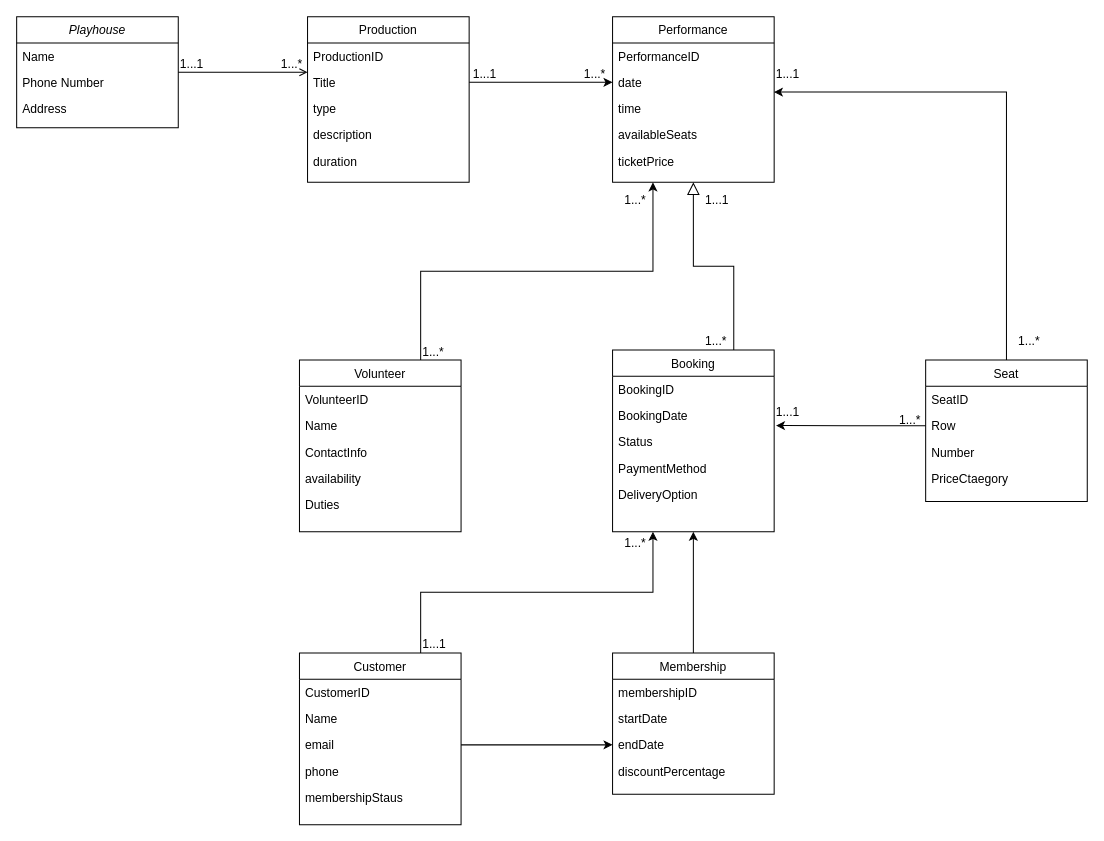
Before: Untitled Diagram.drawio in iamheetp/ecomstore, a draw.io diagram. Source tidied: cells renumbered, new cells numbered last; positions are measured from the earlier drawing's top-left corner, leaving out a move shared by most shapes. Both pictures are drawn from the tidied source at 101%, with x=0, y=0 at pixel (16, 16).
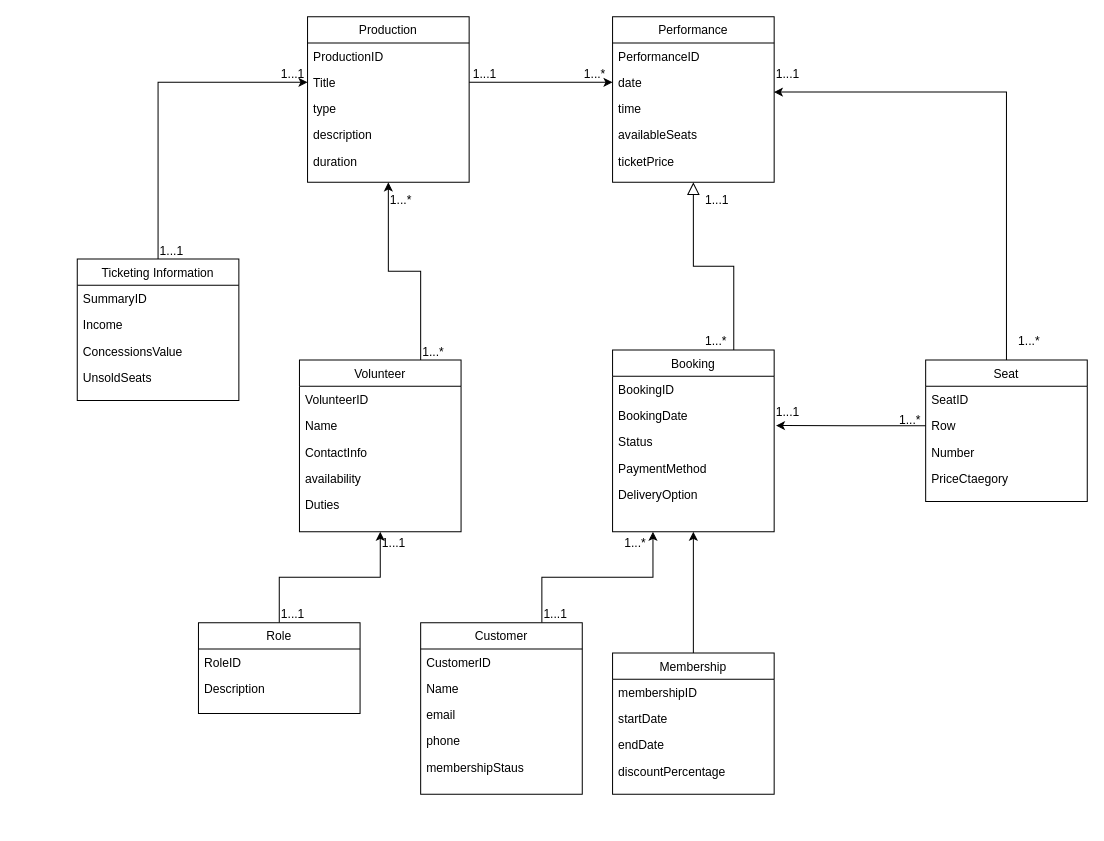
Above is the later version.

The change refers to these unchanged cells:
```xml
<mxCell id="7" value="Volunteer" style="swimlane;fontStyle=0;align=center;verticalAlign=top;horizontal=1;startSize=26;rounded=0;shadow=0;strokeWidth=1;" parent="1" vertex="1">
  <mxGeometry x="280" y="340" width="160" height="170" as="geometry" />
</mxCell>
<mxCell id="20" value="Production" style="swimlane;fontStyle=0;align=center;verticalAlign=top;horizontal=1;startSize=26;rounded=0;shadow=0;strokeWidth=1;" parent="1" vertex="1">
  <mxGeometry x="288" width="160" height="164" as="geometry" />
</mxCell>
<mxCell id="22" value="Title" style="text;align=left;verticalAlign=top;spacingLeft=4;spacingRight=4;overflow=hidden;points=[[0,0.5],[1,0.5]];portConstraint=eastwest;rounded=0;shadow=0;html=0;" parent="20" vertex="1">
  <mxGeometry y="52" width="160" height="26" as="geometry" />
</mxCell>
<mxCell id="28" value="Performance" style="swimlane;fontStyle=0;align=center;verticalAlign=top;horizontal=1;startSize=26;rounded=0;shadow=0;strokeWidth=1;" parent="1" vertex="1">
  <mxGeometry x="590" width="160" height="164" as="geometry" />
</mxCell>
<mxCell id="38" value="email" style="text;align=left;verticalAlign=top;spacingLeft=4;spacingRight=4;overflow=hidden;points=[[0,0.5],[1,0.5]];portConstraint=eastwest;rounded=0;shadow=0;html=0;" parent="35" vertex="1">
  <mxGeometry y="78" width="160" height="26" as="geometry" />
</mxCell>
<mxCell id="45" value="endDate" style="text;align=left;verticalAlign=top;spacingLeft=4;spacingRight=4;overflow=hidden;points=[[0,0.5],[1,0.5]];portConstraint=eastwest;rounded=0;shadow=0;html=0;" parent="42" vertex="1">
  <mxGeometry y="78" width="160" height="26" as="geometry" />
</mxCell>
```

Diff of the diagram source:
```diff
@@
-    <mxCell id="2" value="Playhouse" style="swimlane;fontStyle=2;align=center;verticalAlign=top;horizontal=1;startSize=26;rounded=0;shadow=0;strokeWidth=1;" parent="1" vertex="1">
-      <mxGeometry width="160" height="110" as="geometry" />
-    </mxCell>
-    <mxCell id="3" value="Name" style="text;align=left;verticalAlign=top;spacingLeft=4;spacingRight=4;overflow=hidden;" parent="2" vertex="1">
-      <mxGeometry y="26" width="160" height="26" as="geometry" />
-    </mxCell>
-    <mxCell id="4" value="Phone Number" style="text;align=left;verticalAlign=top;spacingLeft=4;spacingRight=4;overflow=hidden;rounded=0;shadow=0;html=0;" parent="2" vertex="1">
-      <mxGeometry y="52" width="160" height="26" as="geometry" />
-    </mxCell>
-    <mxCell id="5" value="Address" style="text;align=left;verticalAlign=top;spacingLeft=4;spacingRight=4;overflow=hidden;rounded=0;shadow=0;html=0;" parent="2" vertex="1">
-      <mxGeometry y="78" width="160" height="26" as="geometry" />
-    </mxCell>
-    <mxCell id="6" style="edgeStyle=orthogonalEdgeStyle;rounded=0;jettySize=auto;html=1;exitX=0.75;exitY=0;exitDx=0;exitDy=0;entryX=0.25;entryY=1;entryDx=0;entryDy=0;" parent="1" edge="1" source="7" target="28">
+    <mxCell id="6" style="edgeStyle=orthogonalEdgeStyle;rounded=0;jettySize=auto;html=1;exitX=0.75;exitY=0;exitDx=0;exitDy=0;entryX=0.5;entryY=1;entryDx=0;entryDy=0;" parent="1" edge="1" source="7" target="20">
       <mxGeometry relative="1" as="geometry" />
     </mxCell>
@@
-    <mxCell id="26" style="endArrow=open;shadow=0;strokeWidth=1;rounded=0;curved=0;endFill=1;edgeStyle=elbowEdgeStyle;elbow=vertical;" parent="1" edge="1" source="2" target="20">
-      <mxGeometry x="0.5" y="41" relative="1" as="geometry">
-        <mxPoint x="-40" y="32" as="offset" />
-      </mxGeometry>
-    </mxCell>
-    <mxCell id="27" value="1...1" style="align=left;verticalAlign=bottom;labelBackgroundColor=none;fontSize=12;" parent="26" vertex="1">
-      <mxGeometry x="-1" relative="1" as="geometry" />
-    </mxCell>
@@
     <mxCell id="35" value="Customer" style="swimlane;fontStyle=0;align=center;verticalAlign=top;horizontal=1;startSize=26;rounded=0;shadow=0;strokeWidth=1;" parent="1" vertex="1">
-      <mxGeometry x="280" y="630" width="160" height="170" as="geometry" />
+      <mxGeometry x="400" y="600" width="160" height="170" as="geometry" />
     </mxCell>
@@
-    <mxCell id="47" style="edgeStyle=orthogonalEdgeStyle;rounded=0;jettySize=auto;html=1;exitX=1;exitY=0.5;exitDx=0;exitDy=0;entryX=0;entryY=0.5;entryDx=0;entryDy=0;" parent="1" edge="1" source="38" target="45">
-      <mxGeometry relative="1" as="geometry" />
-    </mxCell>
-    <mxCell id="48" value="1...*" style="align=left;verticalAlign=bottom;labelBackgroundColor=none;fontSize=12;direction=west;rotation=0;" parent="1" vertex="1">
-      <mxGeometry x="260" y="55" as="geometry" />
-    </mxCell>
@@
     <mxCell id="52" value="1...*" style="align=left;verticalAlign=bottom;labelBackgroundColor=none;fontSize=12;" parent="1" vertex="1">
-      <mxGeometry x="600" y="190" as="geometry" />
+      <mxGeometry x="368" y="190" as="geometry" />
     </mxCell>
@@
     <mxCell id="65" value="1...1" style="align=left;verticalAlign=bottom;labelBackgroundColor=none;fontSize=12;" parent="1" vertex="1">
-      <mxGeometry x="400" y="630" as="geometry" />
+      <mxGeometry x="520" y="600" as="geometry" />
     </mxCell>
@@
+    <mxCell id="69" style="edgeStyle=orthogonalEdgeStyle;rounded=0;jettySize=auto;html=1;exitX=0.5;exitY=0;exitDx=0;exitDy=0;entryX=0.5;entryY=1;entryDx=0;entryDy=0;" parent="1" edge="1" source="70" target="7">
+      <mxGeometry relative="1" as="geometry" />
+    </mxCell>
+    <mxCell id="70" value="Role" style="swimlane;fontStyle=0;align=center;verticalAlign=top;horizontal=1;startSize=26;rounded=0;shadow=0;strokeWidth=1;" parent="1" vertex="1">
+      <mxGeometry x="180" y="600" width="160" height="90" as="geometry" />
+    </mxCell>
+    <mxCell id="71" value="RoleID" style="text;align=left;verticalAlign=top;spacingLeft=4;spacingRight=4;overflow=hidden;" parent="70" vertex="1">
+      <mxGeometry y="26" width="160" height="26" as="geometry" />
+    </mxCell>
+    <mxCell id="72" value="Description" style="text;align=left;verticalAlign=top;spacingLeft=4;spacingRight=4;overflow=hidden;rounded=0;shadow=0;html=0;" parent="70" vertex="1">
+      <mxGeometry y="52" width="160" height="26" as="geometry" />
+    </mxCell>
+    <mxCell id="73" value="1...1" style="align=left;verticalAlign=bottom;labelBackgroundColor=none;fontSize=12;rotation=0;" parent="1" vertex="1">
+      <mxGeometry x="260" y="600" as="geometry" />
+    </mxCell>
+    <mxCell id="74" style="edgeStyle=orthogonalEdgeStyle;rounded=0;jettySize=auto;html=1;exitX=0.5;exitY=0;exitDx=0;exitDy=0;entryX=0;entryY=0.5;entryDx=0;entryDy=0;" parent="1" edge="1" source="75" target="22">
+      <mxGeometry relative="1" as="geometry" />
+    </mxCell>
+    <mxCell id="75" value="Ticketing Information" style="swimlane;fontStyle=0;align=center;verticalAlign=top;horizontal=1;startSize=26;rounded=0;shadow=0;strokeWidth=1;" parent="1" vertex="1">
+      <mxGeometry x="60" y="240" width="160" height="140" as="geometry" />
+    </mxCell>
+    <mxCell id="76" value="SummaryID" style="text;align=left;verticalAlign=top;spacingLeft=4;spacingRight=4;overflow=hidden;" parent="75" vertex="1">
+      <mxGeometry y="26" width="160" height="26" as="geometry" />
+    </mxCell>
+    <mxCell id="77" value="Income" style="text;align=left;verticalAlign=top;spacingLeft=4;spacingRight=4;overflow=hidden;rounded=0;shadow=0;html=0;" parent="75" vertex="1">
+      <mxGeometry y="52" width="160" height="26" as="geometry" />
+    </mxCell>
+    <mxCell id="78" value="ConcessionsValue" style="text;align=left;verticalAlign=top;spacingLeft=4;spacingRight=4;overflow=hidden;rounded=0;shadow=0;html=0;" parent="75" vertex="1">
+      <mxGeometry y="78" width="160" height="26" as="geometry" />
+    </mxCell>
+    <mxCell id="79" value="UnsoldSeats" style="text;align=left;verticalAlign=top;spacingLeft=4;spacingRight=4;overflow=hidden;rounded=0;shadow=0;html=0;" parent="75" vertex="1">
+      <mxGeometry y="104" width="160" height="26" as="geometry" />
+    </mxCell>
+    <mxCell id="80" value="1...1" style="align=left;verticalAlign=bottom;labelBackgroundColor=none;fontSize=12;rotation=0;" parent="1" vertex="1">
+      <mxGeometry x="360" y="530" as="geometry" />
+    </mxCell>
+    <mxCell id="81" value="1...1" style="align=left;verticalAlign=bottom;labelBackgroundColor=none;fontSize=12;rotation=0;" parent="1" vertex="1">
+      <mxGeometry x="140" y="240" as="geometry" />
+    </mxCell>
+    <mxCell id="82" value="1...1" style="align=left;verticalAlign=bottom;labelBackgroundColor=none;fontSize=12;rotation=0;" parent="1" vertex="1">
+      <mxGeometry x="260" y="65.6" as="geometry" />
+    </mxCell>
```
